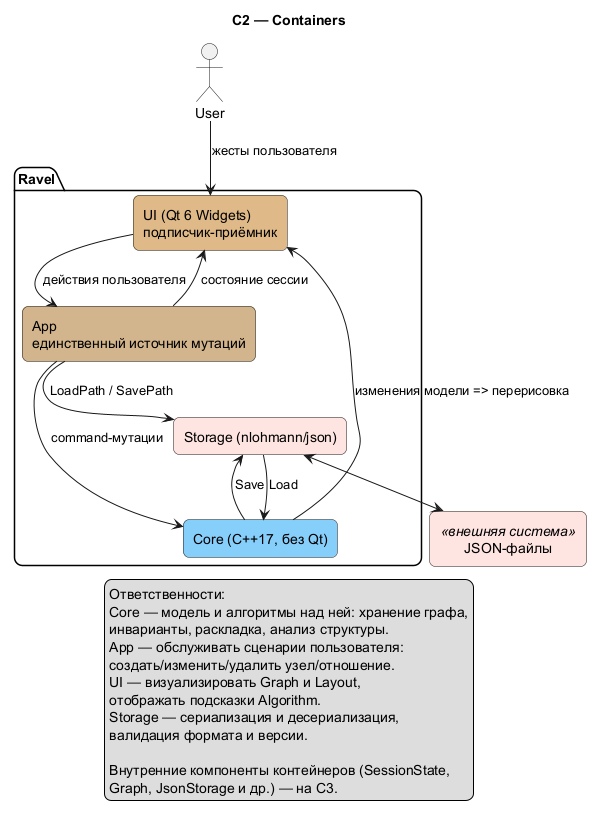
Anastas2817/ravel-kb keeps this PlantUML diagram as docs/assets/c4/C2.png. Above is the earlier version.
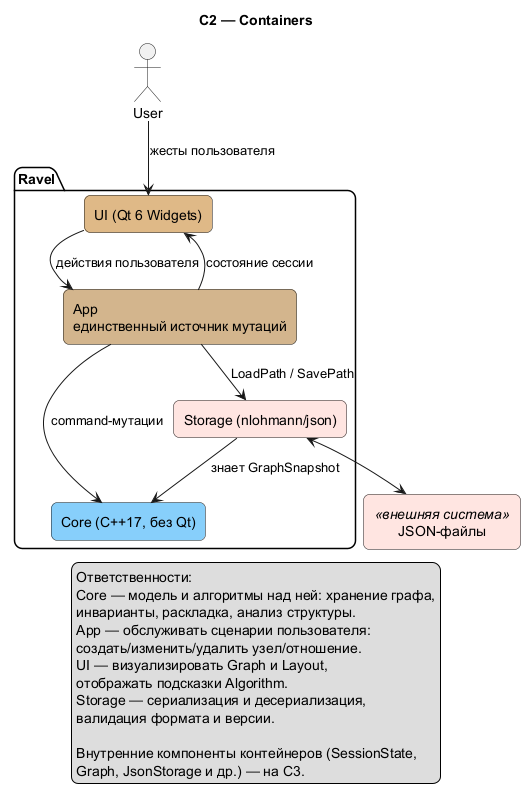
Above is the later version.

Change to the diagram source:
```diff
@@ -18,7 +18,7 @@
 
 package "Ravel" {
 
-  rectangle "UI (Qt 6 Widgets)\nподписчик-приёмник" as UI #BurlyWood
+  rectangle "UI (Qt 6 Widgets)" as UI #BurlyWood
   rectangle "App\nединственный источник мутаций" as App #Tan
   rectangle "Core (C++17, без Qt)" as Core #LightSkyBlue
   rectangle "Storage (nlohmann/json)" as Storage #MistyRose
@@ -30,9 +30,7 @@
 UI --> App : действия пользователя
 App --> UI : состояние сессии
 App --> Core : command-мутации
-Core --> UI : изменения модели => перерисовка
-Core --> Storage : Save
-Storage --> Core : Load
+Storage --> Core : знает GraphSnapshot
 App --> Storage : LoadPath / SavePath
 Storage <--> Json
 
```
